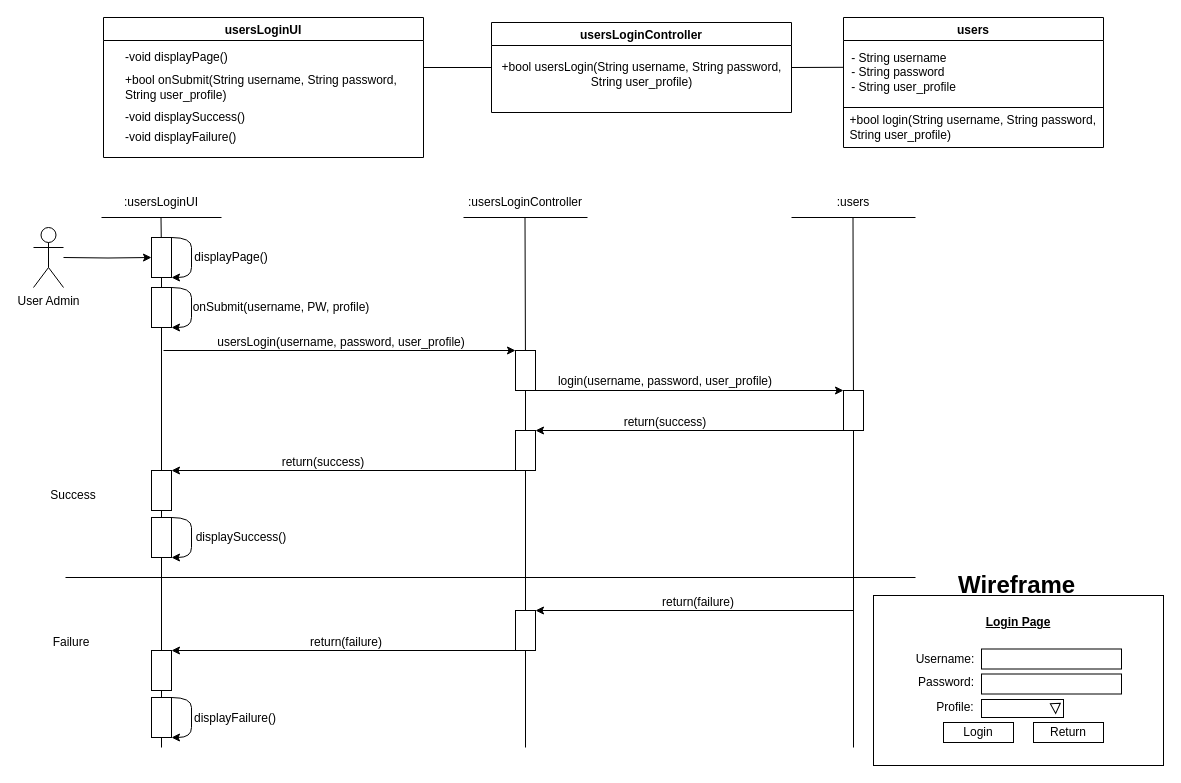
Earlier version of the draw.io diagram BCE_UML_and_Diagrams/Userstory#1/UserStory#1_BCE_SEQ.drawio (extred5700/JAVAGUI-Restaurant-Table-Order-System). Source tidied: cells renumbered, new cells numbered last; positions are measured from the earlier drawing's top-left corner, leaving out a move shared by most shapes. Both pictures are drawn from the tidied source at 100%, with x=0, y=0 at pixel (33, 17).
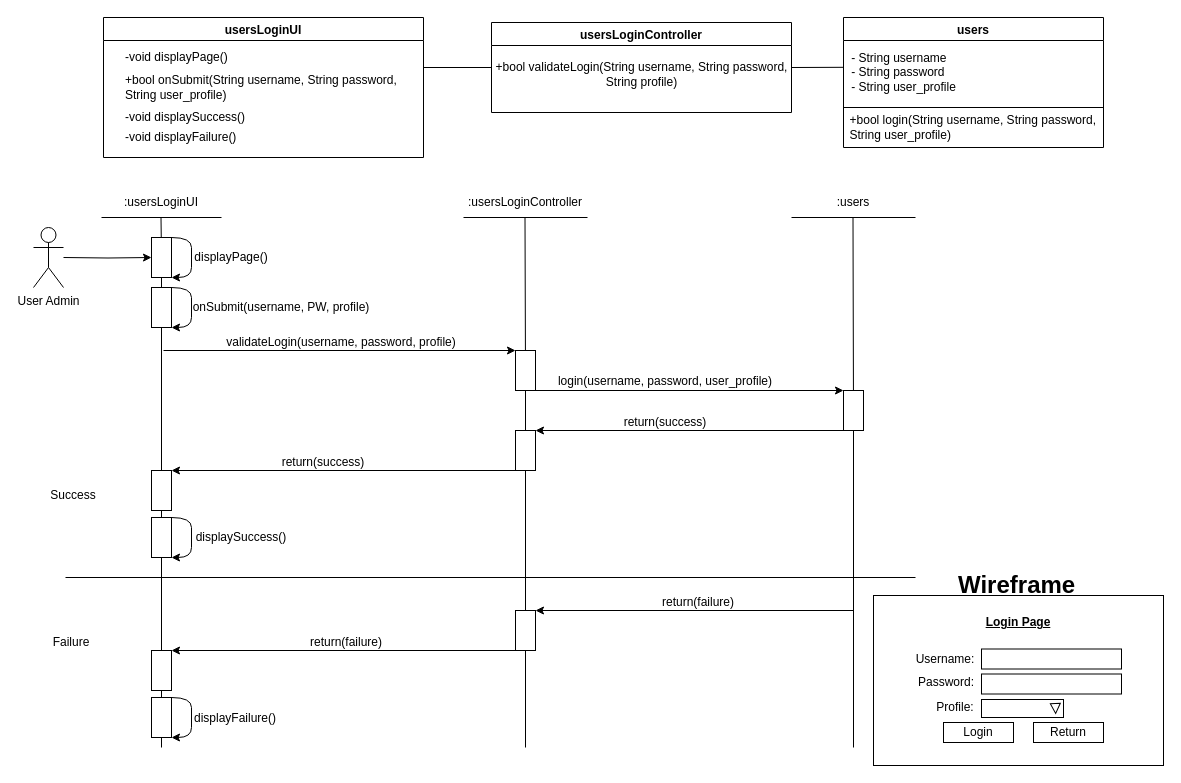
Above is the later version.

The edit, as a diff of the source:
```diff
@@
-    <mxCell id="34" value="usersLogin(username, password, user_profile)" style="text;html=1;strokeColor=none;fillColor=none;align=center;verticalAlign=middle;whiteSpace=wrap;rounded=0;" parent="1" vertex="1">
+    <mxCell id="34" value="&lt;span&gt;validateLogin&lt;/span&gt;(username, password, profile)" style="text;html=1;strokeColor=none;fillColor=none;align=center;verticalAlign=middle;whiteSpace=wrap;rounded=0;" parent="1" vertex="1">
       <mxGeometry x="168" y="310" width="280" height="30" as="geometry" />
     </mxCell>
@@
-    <mxCell id="73" value="+bool usersLogin(String username, String password,&lt;br&gt;String user_profile)" style="text;html=1;align=center;verticalAlign=middle;strokeColor=none;fillColor=none;" parent="1" vertex="1">
-      <mxGeometry x="458" y="42" width="300" height="30" as="geometry" />
+    <mxCell id="73" value="+bool validateLogin(String username, String password,&lt;br&gt;String profile)" style="text;html=1;align=center;verticalAlign=middle;strokeColor=none;fillColor=none;" parent="1" vertex="1">
+      <mxGeometry x="453" y="42" width="310" height="30" as="geometry" />
     </mxCell>
```
